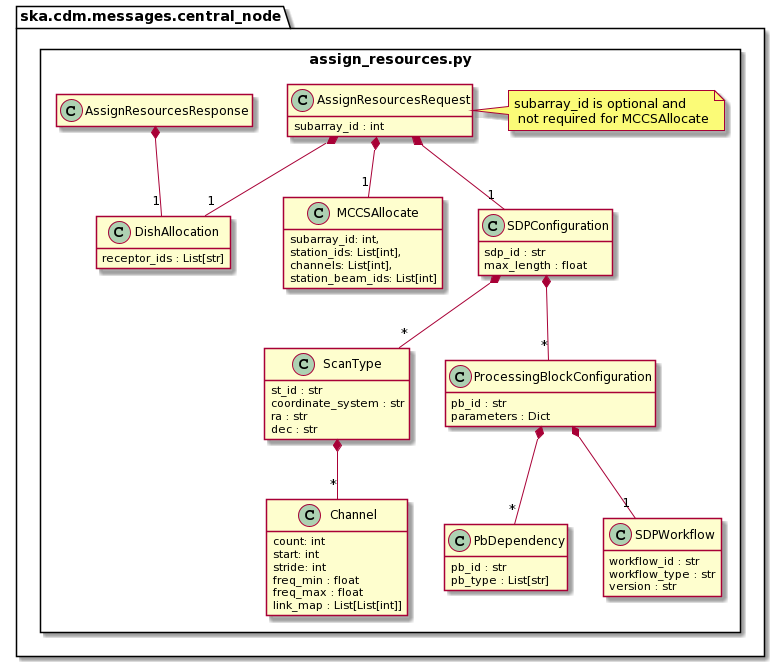
This is docs/src/developer/centralnode/assignresources.png from ska-telescope/cdm-shared-library, a PlantUML export, as it was before one commit.
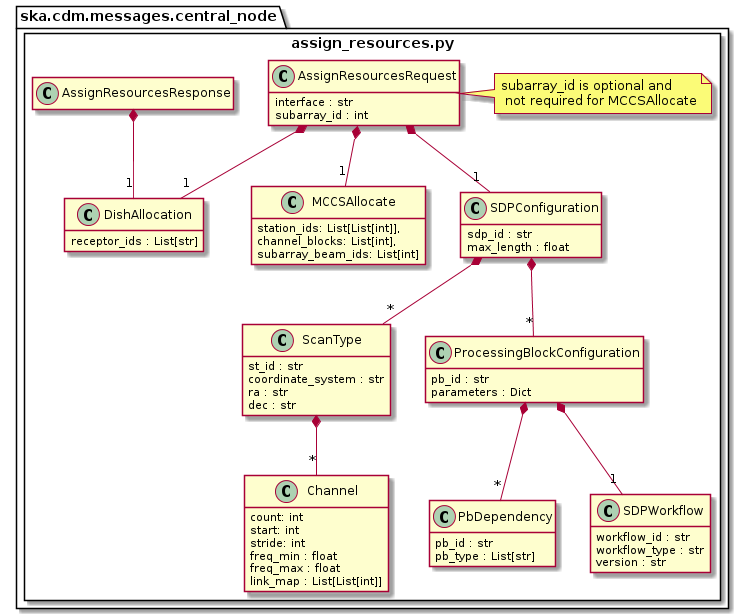
The same file after the commit.

The edit, as a diff of the source:
```diff
@@ -8,10 +8,9 @@
         }
 
         class MCCSAllocate {
-            subarray_id: int,
-            station_ids: List[int],
-            channels: List[int],
-            station_beam_ids: List[int]
+            station_ids: List[List[int]],
+            channel_blocks: List[int],
+            subarray_beam_ids: List[int]
         }
 
         class Channel {
@@ -57,6 +56,7 @@
         SDPConfiguration *-- "*" ProcessingBlockConfiguration
 
         class AssignResourcesRequest {
+            interface : str
             subarray_id : int
         }
         note right: subarray_id is optional and \n not required for MCCSAllocate
```
